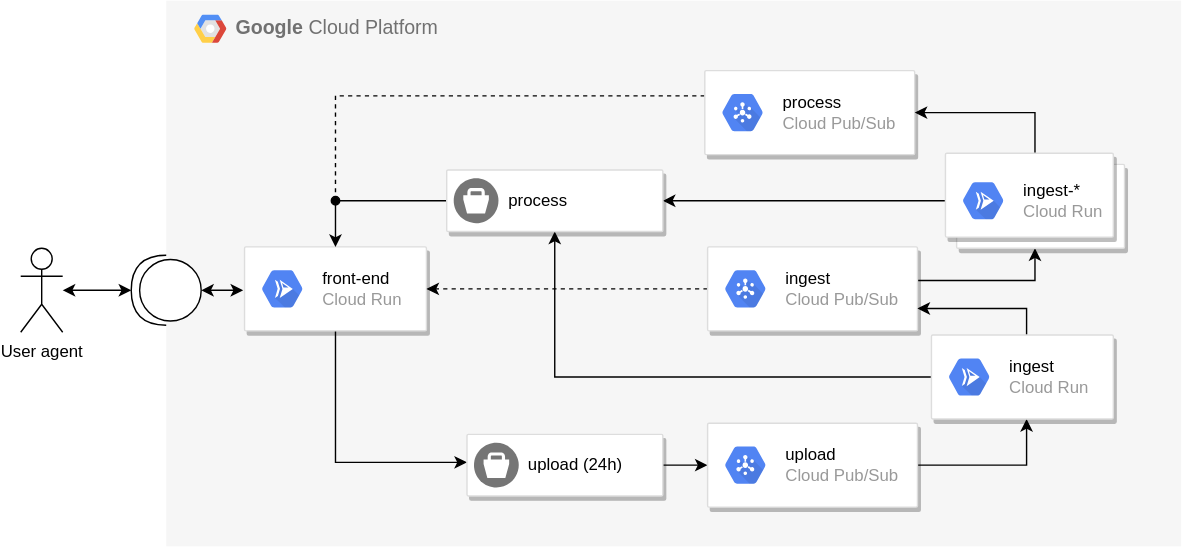
Before: docs/demo_architecture.svg, a diagram exported from draw.io (andrejusk/serverless-storage-demo). Source tidied: cells renumbered, new cells last; positions are measured from the earlier drawing's top-left corner, leaving out a move shared by most shapes.
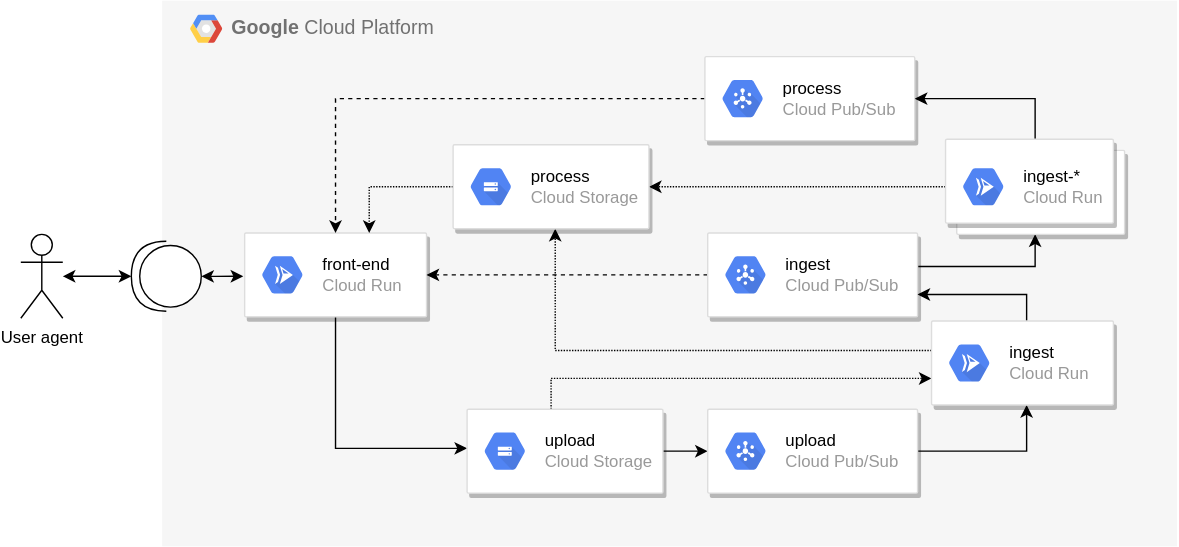
The same diagram one commit later.

Commit message:
fix: bump diagrams

Diff of the diagram source:
```diff
@@ -3,7 +3,7 @@
     <mxCell id="0" />
     <mxCell id="1" parent="0" />
     <mxCell id="2" style="group;" parent="1" vertex="1">
-      <mxGeometry x="104" width="725.5" height="390" as="geometry" />
+      <mxGeometry x="101" y="10" width="725.5" height="390" as="geometry" />
     </mxCell>
     <mxCell id="3" value="&lt;b&gt;Google &lt;/b&gt;Cloud Platform" style="fillColor=#F6F6F6;strokeColor=none;shadow=0;gradientColor=none;fontSize=14;align=left;spacing=10;fontColor=#717171;9E9E9E;verticalAlign=top;spacingTop=-4;fontStyle=0;spacingLeft=40;html=1;flipH=0;" parent="2" vertex="1">
       <mxGeometry width="725.5" height="390" as="geometry" />
@@ -27,7 +27,7 @@
     <mxCell id="8" style="shape=providedRequiredInterface;html=1;verticalLabelPosition=bottom;sketch=0;rotation=-180;" parent="1" vertex="1">
       <mxGeometry x="79" y="182" width="50" height="50" as="geometry" />
     </mxCell>
-    <mxCell id="9" style="edgeStyle=orthogonalEdgeStyle;rounded=0;jettySize=auto;html=1;fontColor=#000000;startArrow=none;startFill=0;" parent="1" edge="1" source="10" target="15">
+    <mxCell id="9" style="edgeStyle=orthogonalEdgeStyle;rounded=0;jettySize=auto;html=1;fontColor=#000000;startArrow=none;startFill=0;" parent="1" edge="1" source="10" target="37">
       <mxGeometry relative="1" as="geometry">
         <Array as="points">
           <mxPoint x="225" y="330" />
@@ -42,36 +42,34 @@
         <mxPoint x="5" y="-19.5" as="offset" />
       </mxGeometry>
     </mxCell>
-    <mxCell id="12" style="edgeStyle=orthogonalEdgeStyle;rounded=0;jettySize=auto;html=1;fontColor=#000000;startArrow=none;startFill=0;" parent="1" edge="1" source="34" target="10">
+    <mxCell id="12" style="edgeStyle=orthogonalEdgeStyle;rounded=0;jettySize=auto;html=1;fontColor=#000000;startArrow=none;startFill=0;dashed=1;dashPattern=1 1;" parent="1" edge="1" source="39" target="10">
       <mxGeometry relative="1" as="geometry">
         <Array as="points">
-          <mxPoint x="225" y="143" />
+          <mxPoint x="249" y="143" />
         </Array>
       </mxGeometry>
     </mxCell>
-    <mxCell id="13" style="edgeStyle=orthogonalEdgeStyle;rounded=0;jettySize=auto;html=1;fontColor=#000000;startArrow=none;startFill=0;endArrow=oval;endFill=1;dashed=1;" parent="1" edge="1" source="17">
+    <mxCell id="13" style="edgeStyle=orthogonalEdgeStyle;rounded=0;jettySize=auto;html=1;fontColor=#000000;startArrow=none;startFill=0;endArrow=classic;endFill=1;dashed=1;" parent="1" edge="1" source="17" target="10">
       <mxGeometry relative="1" as="geometry">
-        <mxPoint x="225" y="143" as="targetPoint" />
         <Array as="points">
-          <mxPoint x="225" y="68" />
+          <mxPoint x="225" y="80" />
         </Array>
       </mxGeometry>
     </mxCell>
-    <mxCell id="14" style="edgeStyle=orthogonalEdgeStyle;rounded=0;jettySize=auto;html=1;endArrow=classic;endFill=1;" parent="1" edge="1" source="15" target="24">
+    <mxCell id="14" style="edgeStyle=orthogonalEdgeStyle;rounded=0;jettySize=auto;html=1;endArrow=classic;endFill=1;" parent="1" edge="1" source="37" target="24">
       <mxGeometry relative="1" as="geometry" />
     </mxCell>
-    <mxCell id="15" style="strokeColor=#dddddd;shadow=1;strokeWidth=1;rounded=1;absoluteArcSize=1;arcSize=2;" parent="1" vertex="1">
-      <mxGeometry x="319" y="310" width="140" height="44" as="geometry" />
-    </mxCell>
-    <mxCell id="16" value="upload (24h)" style="sketch=0;dashed=0;html=1;fillColor=#757575;strokeColor=none;shape=mxgraph.gcp2.bucket;labelPosition=right;verticalLabelPosition=middle;align=left;verticalAlign=middle;spacingLeft=5;fontSize=12;" parent="15" vertex="1">
-      <mxGeometry y="0.5" width="32" height="32" relative="1" as="geometry">
-        <mxPoint x="5" y="-16" as="offset" />
-      </mxGeometry>
-    </mxCell>
+    <mxCell id="36" style="edgeStyle=orthogonalEdgeStyle;rounded=0;jettySize=auto;html=1;dashed=1;dashPattern=1 1;" parent="1" edge="1" source="37" target="28">
+      <mxGeometry relative="1" as="geometry">
+        <Array as="points">
+          <mxPoint x="379" y="280" />
+        </Array>
+      </mxGeometry>
+    </mxCell>
     <mxCell id="17" style="strokeColor=#dddddd;shadow=1;strokeWidth=1;rounded=1;absoluteArcSize=1;arcSize=2;" parent="1" vertex="1">
       <mxGeometry x="489" y="50" width="150" height="60" as="geometry" />
     </mxCell>
-    <mxCell id="18" value="&lt;font color=&quot;#000000&quot;&gt;processed&lt;/font&gt;&lt;br&gt;Cloud Pub/Sub" style="sketch=0;dashed=0;html=1;fillColor=#5184F3;strokeColor=none;shape=mxgraph.gcp2.hexIcon;prIcon=cloud_pubsub;labelPosition=right;verticalLabelPosition=middle;align=left;verticalAlign=middle;spacingLeft=5;fontColor=#999999;fontSize=12;" parent="17" vertex="1">
+    <mxCell id="18" value="&lt;font color=&quot;#000000&quot;&gt;process&lt;/font&gt;&lt;br&gt;Cloud Pub/Sub" style="sketch=0;dashed=0;html=1;fillColor=#5184F3;strokeColor=none;shape=mxgraph.gcp2.hexIcon;prIcon=cloud_pubsub;labelPosition=right;verticalLabelPosition=middle;align=left;verticalAlign=middle;spacingLeft=5;fontColor=#999999;fontSize=12;" parent="17" vertex="1">
       <mxGeometry y="0.5" width="44" height="39" relative="1" as="geometry">
         <mxPoint x="5" y="-19.5" as="offset" />
       </mxGeometry>
@@ -116,8 +114,12 @@
         </Array>
       </mxGeometry>
     </mxCell>
-    <mxCell id="27" style="edgeStyle=orthogonalEdgeStyle;rounded=0;jettySize=auto;html=1;endArrow=classic;endFill=1;" parent="1" edge="1" source="28" target="34">
-      <mxGeometry relative="1" as="geometry" />
+    <mxCell id="27" style="edgeStyle=orthogonalEdgeStyle;rounded=0;jettySize=auto;html=1;endArrow=classic;endFill=1;dashed=1;dashPattern=1 1;" parent="1" edge="1" source="28" target="39">
+      <mxGeometry relative="1" as="geometry">
+        <Array as="points">
+          <mxPoint x="382" y="260" />
+        </Array>
+      </mxGeometry>
     </mxCell>
     <mxCell id="28" style="strokeColor=#dddddd;shadow=1;strokeWidth=1;rounded=1;absoluteArcSize=1;arcSize=2;" parent="1" vertex="1">
       <mxGeometry x="651" y="239" width="130" height="60" as="geometry" />
@@ -127,7 +129,7 @@
         <mxPoint x="5" y="-19.5" as="offset" />
       </mxGeometry>
     </mxCell>
-    <mxCell id="30" style="edgeStyle=orthogonalEdgeStyle;rounded=0;jettySize=auto;html=1;endArrow=classic;endFill=1;" parent="1" edge="1" source="32" target="34">
+    <mxCell id="30" style="edgeStyle=orthogonalEdgeStyle;rounded=0;jettySize=auto;html=1;endArrow=classic;endFill=1;dashed=1;dashPattern=1 1;" parent="1" edge="1" source="32" target="39">
       <mxGeometry relative="1" as="geometry" />
     </mxCell>
     <mxCell id="31" style="edgeStyle=orthogonalEdgeStyle;rounded=0;jettySize=auto;html=1;endArrow=classic;endFill=1;" parent="1" edge="1" source="32" target="17">
@@ -145,13 +147,21 @@
         <mxPoint x="5" y="-19.5" as="offset" />
       </mxGeometry>
     </mxCell>
-    <mxCell id="34" style="strokeColor=#dddddd;shadow=1;strokeWidth=1;rounded=1;absoluteArcSize=1;arcSize=2;" parent="1" vertex="1">
-      <mxGeometry x="304.5" y="121" width="154.5" height="44" as="geometry" />
-    </mxCell>
-    <mxCell id="35" value="processed" style="sketch=0;dashed=0;html=1;fillColor=#757575;strokeColor=none;shape=mxgraph.gcp2.bucket;labelPosition=right;verticalLabelPosition=middle;align=left;verticalAlign=middle;spacingLeft=5;fontSize=12;" parent="34" vertex="1">
-      <mxGeometry y="0.5" width="32" height="32" relative="1" as="geometry">
-        <mxPoint x="5" y="-16" as="offset" />
-      </mxGeometry>
-    </mxCell>
+    <mxCell id="37" style="strokeColor=#dddddd;shadow=1;strokeWidth=1;rounded=1;absoluteArcSize=1;arcSize=2;" parent="1" vertex="1">
+      <mxGeometry x="319" y="302" width="140" height="60" as="geometry" />
+    </mxCell>
+    <mxCell id="38" value="&lt;font color=&quot;#000000&quot;&gt;upload&lt;/font&gt;&lt;br&gt;Cloud Storage" style="sketch=0;dashed=0;html=1;fillColor=#5184F3;strokeColor=none;shape=mxgraph.gcp2.hexIcon;prIcon=cloud_storage;labelPosition=right;verticalLabelPosition=middle;align=left;verticalAlign=middle;spacingLeft=5;fontColor=#999999;fontSize=12;" parent="37" vertex="1">
+      <mxGeometry y="0.5" width="44" height="39" relative="1" as="geometry">
+        <mxPoint x="5" y="-19.5" as="offset" />
+      </mxGeometry>
+    </mxCell>
+    <mxCell id="39" style="strokeColor=#dddddd;shadow=1;strokeWidth=1;rounded=1;absoluteArcSize=1;arcSize=2;" parent="1" vertex="1">
+      <mxGeometry x="309" y="113" width="140" height="60" as="geometry" />
+    </mxCell>
+    <mxCell id="40" value="&lt;font color=&quot;#000000&quot;&gt;process&lt;/font&gt;&lt;br&gt;Cloud Storage" style="sketch=0;dashed=0;html=1;fillColor=#5184F3;strokeColor=none;shape=mxgraph.gcp2.hexIcon;prIcon=cloud_storage;labelPosition=right;verticalLabelPosition=middle;align=left;verticalAlign=middle;spacingLeft=5;fontColor=#999999;fontSize=12;" parent="39" vertex="1">
+      <mxGeometry y="0.5" width="44" height="39" relative="1" as="geometry">
+        <mxPoint x="5" y="-19.5" as="offset" />
+      </mxGeometry>
+    </mxCell>
   </root>
 </mxGraphModel>
```
